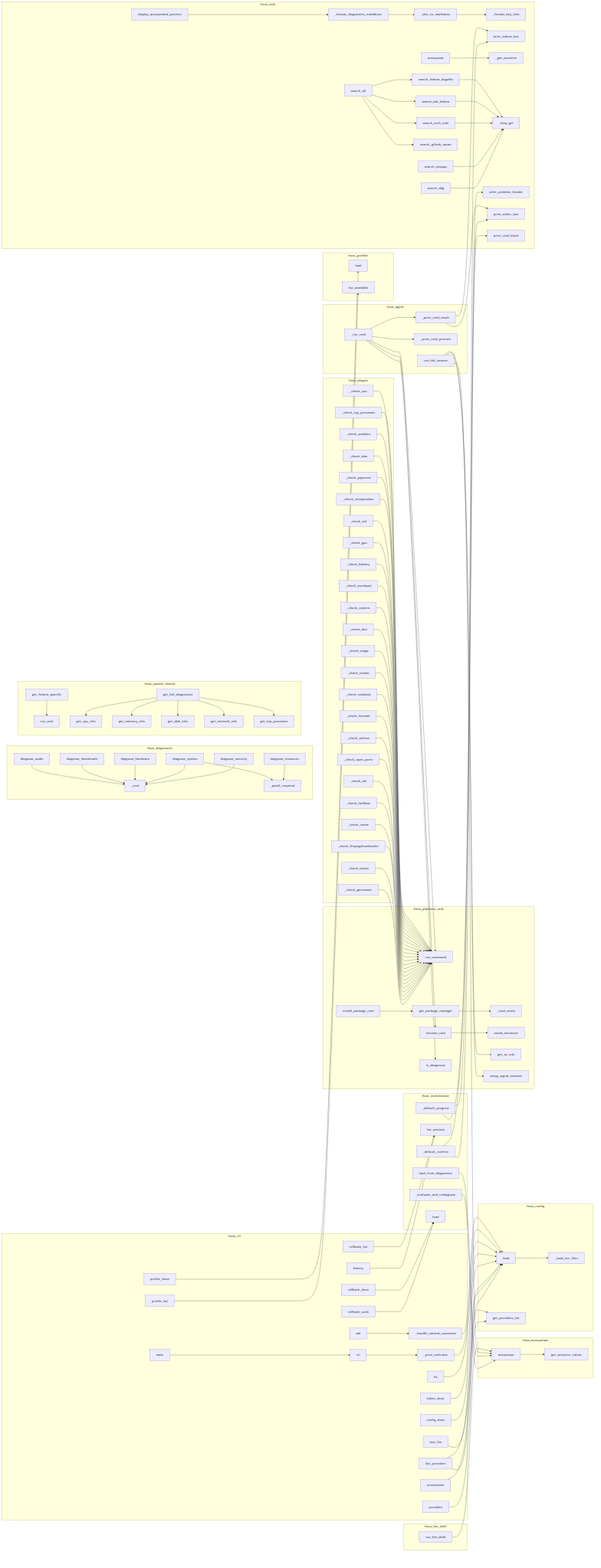
The Mermaid diagram project/calls.png in wronai/fixos, before a commit. Its source is kept beside it as project/calls.mmd.
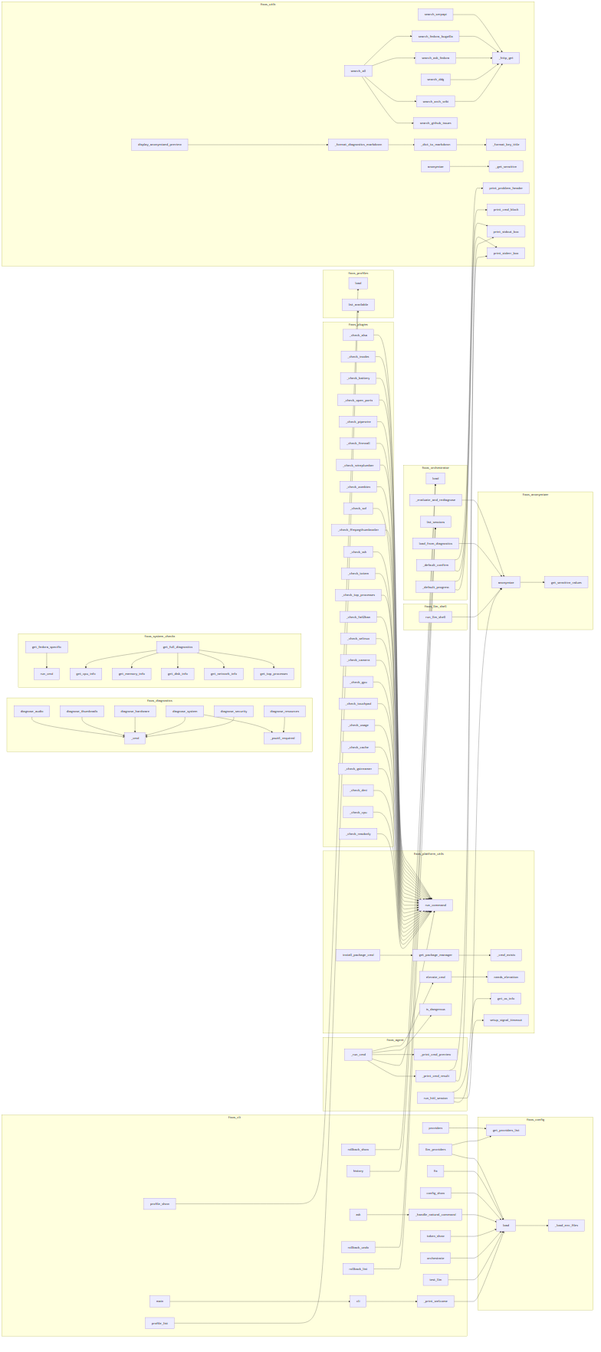
Above is the later version.

Diff of the diagram source:
```diff
@@ -1,8 +1,8 @@
 flowchart LR
     subgraph fixos_agent
-        fixos__agent__hitl___run_cmd["_run_cmd"]
         fixos__agent__hitl___print_cmd_result["_print_cmd_result"]
         fixos__agent__hitl__run_hitl_session["run_hitl_session"]
+        fixos__agent__hitl___run_cmd["_run_cmd"]
         fixos__agent__hitl___print_cmd_preview["_print_cmd_preview"]
     end
     subgraph fixos_anonymizer
@@ -10,132 +10,132 @@
         fixos__anonymizer__get_sensitive_values["get_sensitive_values"]
     end
     subgraph fixos_cli
+        fixos__cli__profile_list["profile_list"]
+        fixos__cli__test_llm["test_llm"]
+        fixos__cli__rollback_list["rollback_list"]
+        fixos__cli__main["main"]
+        fixos__cli___handle_natural_command["_handle_natural_command"]
         fixos__cli__ask["ask"]
-        fixos__cli__profile_list["profile_list"]
-        fixos__cli___handle_natural_command["_handle_natural_command"]
+        fixos__cli___print_welcome["_print_welcome"]
+        fixos__cli__providers["providers"]
+        fixos__cli__llm_providers["llm_providers"]
+        fixos__cli__cli["cli"]
+        fixos__cli__profile_show["profile_show"]
+        fixos__cli__token_show["token_show"]
         fixos__cli__rollback_undo["rollback_undo"]
+        fixos__cli__rollback_show["rollback_show"]
+        fixos__cli__fix["fix"]
+        fixos__cli__history["history"]
         fixos__cli__orchestrate["orchestrate"]
         fixos__cli__config_show["config_show"]
-        fixos__cli__rollback_show["rollback_show"]
-        fixos__cli__cli["cli"]
-        fixos__cli__rollback_list["rollback_list"]
-        fixos__cli__providers["providers"]
-        fixos__cli__fix["fix"]
-        fixos__cli__llm_providers["llm_providers"]
-        fixos__cli__profile_show["profile_show"]
-        fixos__cli__history["history"]
-        fixos__cli__main["main"]
-        fixos__cli___print_welcome["_print_welcome"]
-        fixos__cli__token_show["token_show"]
-        fixos__cli__test_llm["test_llm"]
     end
     subgraph fixos_config
+        fixos__config__get_providers_list["get_providers_list"]
         fixos__config__FixOsConfig__load["load"]
         fixos__config___load_env_files["_load_env_files"]
-        fixos__config__get_providers_list["get_providers_list"]
     end
     subgraph fixos_diagnostics
+        fixos__diagnose_resources["diagnose_resources"]
+        fixos__diagnose_hardware["diagnose_hardware"]
+        fixos__diagnostics__system_checks___cmd["_cmd"]
+        fixos__diagnose_thumbnails["diagnose_thumbnails"]
+        fixos__diagnostics__system_checks__diagnose_audio["diagnose_audio"]
+        fixos__diagnose_security["diagnose_security"]
         fixos__diagnostics__system_checks__diagnose_system["diagnose_system"]
         fixos___psutil_required["_psutil_required"]
-        fixos__diagnose_thumbnails["diagnose_thumbnails"]
-        fixos__diagnose_resources["diagnose_resources"]
-        fixos__diagnose_hardware["diagnose_hardware"]
-        fixos__diagnostics__system_checks__diagnose_audio["diagnose_audio"]
-        fixos__diagnose_security["diagnose_security"]
-        fixos__diagnostics__system_checks___cmd["_cmd"]
     end
     subgraph fixos_llm_shell
         fixos__llm_shell__run_llm_shell["run_llm_shell"]
     end
     subgraph fixos_orchestrator
-        fixos__load_from_diagnostics["load_from_diagnostics"]
-        fixos__list_sessions["list_sessions"]
+        fixos___evaluate_and_rediagnose["_evaluate_and_rediagnose"]
         fixos__load["load"]
         fixos___default_confirm["_default_confirm"]
-        fixos___evaluate_and_rediagnose["_evaluate_and_rediagnose"]
         fixos___default_progress["_default_progress"]
+        fixos__list_sessions["list_sessions"]
+        fixos__load_from_diagnostics["load_from_diagnostics"]
     end
     subgraph fixos_platform_utils
+        fixos__platform_utils__install_package_cmd["install_package_cmd"]
+        fixos__platform_utils__run_command["run_command"]
+        fixos__platform_utils___cmd_exists["_cmd_exists"]
+        fixos__platform_utils__needs_elevation["needs_elevation"]
+        fixos__platform_utils__is_dangerous["is_dangerous"]
+        fixos__platform_utils__get_os_info["get_os_info"]
+        fixos__platform_utils__elevate_cmd["elevate_cmd"]
         fixos__platform_utils__get_package_manager["get_package_manager"]
-        fixos__platform_utils__get_os_info["get_os_info"]
-        fixos__platform_utils___cmd_exists["_cmd_exists"]
-        fixos__platform_utils__is_dangerous["is_dangerous"]
-        fixos__platform_utils__elevate_cmd["elevate_cmd"]
-        fixos__platform_utils__run_command["run_command"]
-        fixos__platform_utils__needs_elevation["needs_elevation"]
         fixos__platform_utils__setup_signal_timeout["setup_signal_timeout"]
-        fixos__platform_utils__install_package_cmd["install_package_cmd"]
     end
     subgraph fixos_plugins
+        fixos___check_selinux["_check_selinux"]
         fixos___check_inodes["_check_inodes"]
+        fixos___check_totem["_check_totem"]
+        fixos___check_alsa["_check_alsa"]
+        fixos___check_fail2ban["_check_fail2ban"]
+        fixos___check_usage["_check_usage"]
+        fixos___check_battery["_check_battery"]
+        fixos___check_open_ports["_check_open_ports"]
+        fixos___check_dmi["_check_dmi"]
+        fixos___check_top_processes["_check_top_processes"]
+        fixos___check_gstreamer["_check_gstreamer"]
+        fixos___check_wireplumber["_check_wireplumber"]
+        fixos___check_readonly["_check_readonly"]
         fixos___check_pipewire["_check_pipewire"]
-        fixos___check_camera["_check_camera"]
-        fixos__plugins__builtin__audio__Plugin___check_sof["_check_sof"]
-        fixos___check_touchpad["_check_touchpad"]
-        fixos___check_totem["_check_totem"]
-        fixos___check_readonly["_check_readonly"]
-        fixos___check_ssh["_check_ssh"]
-        fixos___check_top_processes["_check_top_processes"]
-        fixos___check_fail2ban["_check_fail2ban"]
+        fixos___check_gpu["_check_gpu"]
         fixos___check_firewall["_check_firewall"]
         fixos___check_cache["_check_cache"]
-        fixos___check_open_ports["_check_open_ports"]
+        fixos___check_zombies["_check_zombies"]
+        fixos__plugins__builtin__audio__Plugin___check_sof["_check_sof"]
+        fixos___check_cpu["_check_cpu"]
+        fixos___check_ssh["_check_ssh"]
+        fixos___check_touchpad["_check_touchpad"]
         fixos___check_ffmpegthumbnailer["_check_ffmpegthumbnailer"]
-        fixos___check_alsa["_check_alsa"]
-        fixos___check_battery["_check_battery"]
-        fixos___check_zombies["_check_zombies"]
-        fixos___check_usage["_check_usage"]
-        fixos___check_gstreamer["_check_gstreamer"]
-        fixos___check_selinux["_check_selinux"]
-        fixos___check_wireplumber["_check_wireplumber"]
-        fixos___check_gpu["_check_gpu"]
-        fixos___check_cpu["_check_cpu"]
-        fixos___check_dmi["_check_dmi"]
+        fixos___check_camera["_check_camera"]
     end
     subgraph fixos_profiles
+        fixos__profiles__Profile__load["load"]
         fixos__profiles__Profile__list_available["list_available"]
-        fixos__profiles__Profile__load["load"]
     end
     subgraph fixos_system_checks
+        fixos__system_checks__get_full_diagnostics["get_full_diagnostics"]
+        fixos__system_checks__get_memory_info["get_memory_info"]
+        fixos__system_checks__get_top_processes["get_top_processes"]
+        fixos__system_checks__get_cpu_info["get_cpu_info"]
+        fixos__system_checks__get_disk_info["get_disk_info"]
         fixos__system_checks__get_network_info["get_network_info"]
         fixos__system_checks__get_fedora_specific["get_fedora_specific"]
-        fixos__system_checks__get_cpu_info["get_cpu_info"]
-        fixos__system_checks__get_disk_info["get_disk_info"]
-        fixos__system_checks__get_memory_info["get_memory_info"]
-        fixos__system_checks__get_top_processes["get_top_processes"]
         fixos__system_checks__run_cmd["run_cmd"]
-        fixos__system_checks__get_full_diagnostics["get_full_diagnostics"]
     end
     subgraph fixos_utils
         fixos__utils__web_search__search_serpapi["search_serpapi"]
+        fixos__utils__web_search__search_github_issues["search_github_issues"]
+        fixos__utils__web_search__search_fedora_bugzilla["search_fedora_bugzilla"]
+        fixos__utils__web_search__search_ddg["search_ddg"]
+        fixos__utils__web_search___http_get["_http_get"]
+        fixos__utils__web_search__search_ask_fedora["search_ask_fedora"]
+        fixos__utils__web_search__search_all["search_all"]
+        fixos__display_anonymized_preview["display_anonymized_preview"]
+        fixos___format_diagnostics_markdown["_format_diagnostics_markdown"]
+        fixos__utils__anonymizer___get_sensitive["_get_sensitive"]
+        fixos__utils__terminal__print_stderr_box["print_stderr_box"]
+        fixos__utils__anonymizer__anonymize["anonymize"]
+        fixos__utils__terminal__print_problem_header["print_problem_header"]
+        fixos__utils__anonymizer___format_key_title["_format_key_title"]
+        fixos__utils__web_search__search_arch_wiki["search_arch_wiki"]
         fixos__utils__terminal__print_cmd_block["print_cmd_block"]
-        fixos__utils__web_search__search_ask_fedora["search_ask_fedora"]
-        fixos__utils__anonymizer___get_sensitive["_get_sensitive"]
-        fixos__utils__terminal__print_problem_header["print_problem_header"]
-        fixos__utils__web_search__search_fedora_bugzilla["search_fedora_bugzilla"]
-        fixos__utils__web_search__search_all["search_all"]
-        fixos__utils__anonymizer___format_key_title["_format_key_title"]
-        fixos___format_diagnostics_markdown["_format_diagnostics_markdown"]
-        fixos__utils__web_search__search_arch_wiki["search_arch_wiki"]
-        fixos__utils__terminal__print_stderr_box["print_stderr_box"]
-        fixos__utils__web_search___http_get["_http_get"]
         fixos__utils__terminal__print_stdout_box["print_stdout_box"]
-        fixos__utils__web_search__search_github_issues["search_github_issues"]
         fixos__utils__anonymizer___dict_to_markdown["_dict_to_markdown"]
-        fixos__utils__anonymizer__anonymize["anonymize"]
-        fixos__display_anonymized_preview["display_anonymized_preview"]
-        fixos__utils__web_search__search_ddg["search_ddg"]
     end
     fixos__platform_utils__elevate_cmd --> fixos__platform_utils__needs_elevation
     fixos__platform_utils__get_package_manager --> fixos__platform_utils___cmd_exists
     fixos__platform_utils__install_package_cmd --> fixos__platform_utils__get_package_manager
-    fixos__anonymizer__anonymize --> fixos__anonymizer__get_sensitive_values
     fixos__system_checks__get_fedora_specific --> fixos__system_checks__run_cmd
     fixos__system_checks__get_full_diagnostics --> fixos__system_checks__get_cpu_info
     fixos__system_checks__get_full_diagnostics --> fixos__system_checks__get_memory_info
     fixos__system_checks__get_full_diagnostics --> fixos__system_checks__get_disk_info
     fixos__system_checks__get_full_diagnostics --> fixos__system_checks__get_network_info
     fixos__system_checks__get_full_diagnostics --> fixos__system_checks__get_top_processes
+    fixos__anonymizer__anonymize --> fixos__anonymizer__get_sensitive_values
     fixos__llm_shell__run_llm_shell --> fixos__anonymizer__anonymize
     fixos__diagnostics__system_checks__diagnose_audio --> fixos__diagnostics__system_checks___cmd
     fixos__diagnose_thumbnails --> fixos__diagnostics__system_checks___cmd
@@ -144,6 +144,7 @@
     fixos__diagnostics__system_checks__diagnose_system --> fixos__diagnostics__system_checks___cmd
     fixos__diagnose_security --> fixos__diagnostics__system_checks___cmd
     fixos__diagnose_resources --> fixos___psutil_required
+    fixos__config__FixOsConfig__load --> fixos__config___load_env_files
     fixos__agent__hitl___print_cmd_result --> fixos__utils__terminal__print_stdout_box
     fixos__agent__hitl___print_cmd_result --> fixos__utils__terminal__print_stderr_box
     fixos__agent__hitl___run_cmd --> fixos__platform_utils__elevate_cmd
@@ -154,11 +155,6 @@
     fixos__agent__hitl__run_hitl_session --> fixos__platform_utils__get_os_info
     fixos__agent__hitl__run_hitl_session --> fixos__anonymizer__anonymize
     fixos__agent__hitl__run_hitl_session --> fixos__platform_utils__setup_signal_timeout
-    fixos__config__FixOsConfig__load --> fixos__config___load_env_files
-    fixos__utils__anonymizer__anonymize --> fixos__utils__anonymizer___get_sensitive
-    fixos__display_anonymized_preview --> fixos___format_diagnostics_markdown
-    fixos___format_diagnostics_markdown --> fixos__utils__anonymizer___dict_to_markdown
-    fixos__utils__anonymizer___dict_to_markdown --> fixos__utils__anonymizer___format_key_title
     fixos__utils__web_search__search_fedora_bugzilla --> fixos__utils__web_search___http_get
     fixos__utils__web_search__search_ask_fedora --> fixos__utils__web_search___http_get
     fixos__utils__web_search__search_arch_wiki --> fixos__utils__web_search___http_get
@@ -168,6 +164,10 @@
     fixos__utils__web_search__search_all --> fixos__utils__web_search__search_ask_fedora
     fixos__utils__web_search__search_all --> fixos__utils__web_search__search_arch_wiki
     fixos__utils__web_search__search_all --> fixos__utils__web_search__search_github_issues
+    fixos__utils__anonymizer__anonymize --> fixos__utils__anonymizer___get_sensitive
+    fixos__display_anonymized_preview --> fixos___format_diagnostics_markdown
+    fixos___format_diagnostics_markdown --> fixos__utils__anonymizer___dict_to_markdown
+    fixos__utils__anonymizer___dict_to_markdown --> fixos__utils__anonymizer___format_key_title
     fixos__load_from_diagnostics --> fixos__anonymizer__anonymize
     fixos___evaluate_and_rediagnose --> fixos__anonymizer__anonymize
     fixos___default_confirm --> fixos__utils__terminal__print_problem_header
@@ -177,15 +177,15 @@
     fixos___check_cpu --> fixos__platform_utils__run_command
     fixos___check_top_processes --> fixos__platform_utils__run_command
     fixos___check_zombies --> fixos__platform_utils__run_command
+    fixos___check_alsa --> fixos__platform_utils__run_command
+    fixos___check_pipewire --> fixos__platform_utils__run_command
+    fixos___check_wireplumber --> fixos__platform_utils__run_command
+    fixos__plugins__builtin__audio__Plugin___check_sof --> fixos__platform_utils__run_command
     fixos___check_firewall --> fixos__platform_utils__run_command
     fixos___check_selinux --> fixos__platform_utils__run_command
     fixos___check_open_ports --> fixos__platform_utils__run_command
     fixos___check_ssh --> fixos__platform_utils__run_command
     fixos___check_fail2ban --> fixos__platform_utils__run_command
-    fixos___check_alsa --> fixos__platform_utils__run_command
-    fixos___check_pipewire --> fixos__platform_utils__run_command
-    fixos___check_wireplumber --> fixos__platform_utils__run_command
-    fixos__plugins__builtin__audio__Plugin___check_sof --> fixos__platform_utils__run_command
     fixos___check_usage --> fixos__platform_utils__run_command
     fixos___check_inodes --> fixos__platform_utils__run_command
     fixos___check_readonly --> fixos__platform_utils__run_command
```
